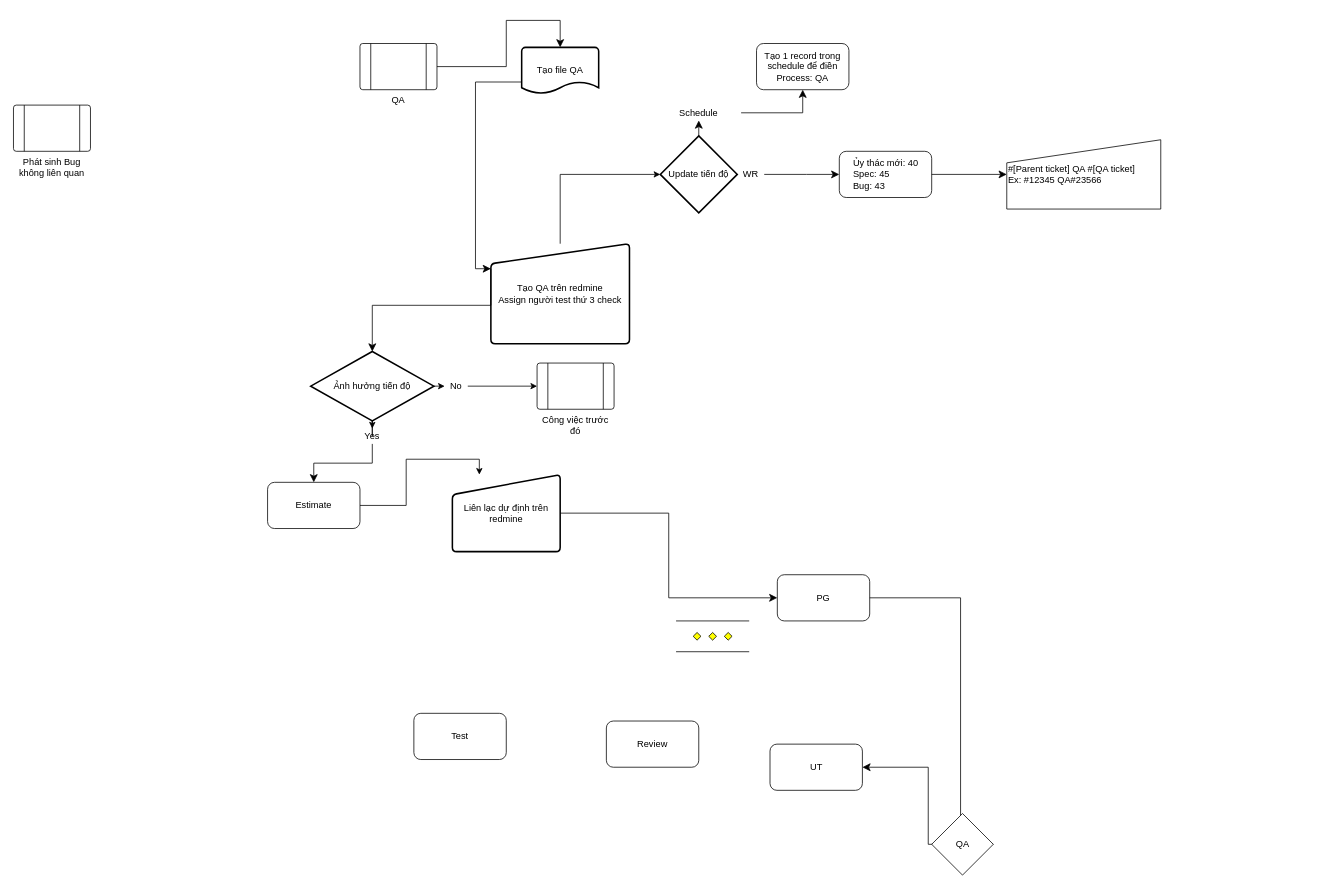
This is Software_Development_Process.drawio from vebinhhoanggia/drawio, a draw.io file, before an edit. Source tidied: cells renumbered, new cells numbered last; positions are measured from the earlier drawing's top-left corner, leaving out a move shared by most shapes. Both pictures are drawn from the tidied source at 77%, with x=0, y=0 at pixel (13, 20).
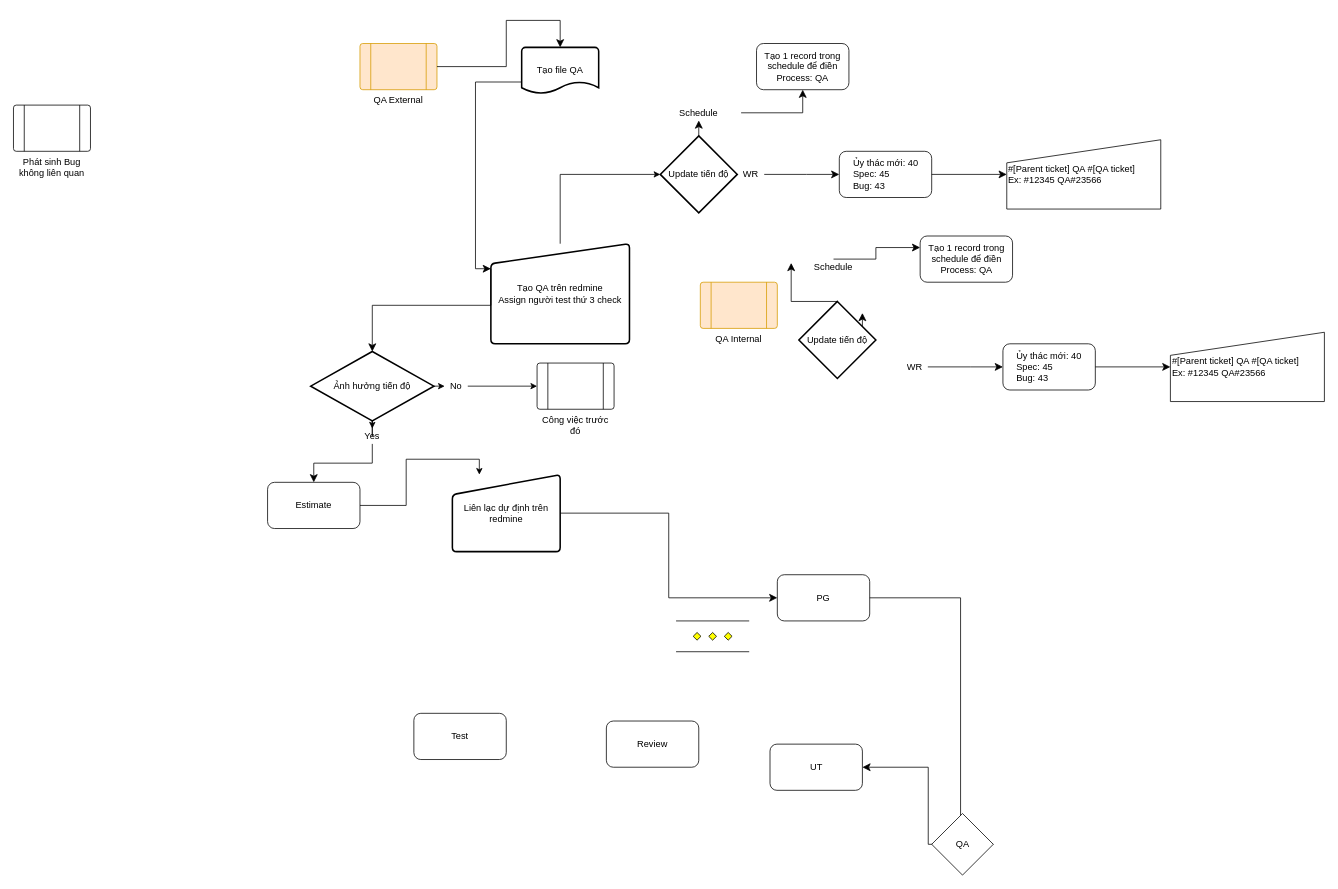
The same diagram, later.

Change to the diagram source:
```diff
@@
-    <mxCell id="33" value="QA" style="verticalLabelPosition=bottom;verticalAlign=top;html=1;shape=process;whiteSpace=wrap;rounded=1;size=0.14;arcSize=6;" parent="1" vertex="1">
+    <mxCell id="33" value="QA External" style="verticalLabelPosition=bottom;verticalAlign=top;html=1;shape=process;whiteSpace=wrap;rounded=1;size=0.14;arcSize=6;fillColor=#ffe6cc;strokeColor=#d79b00;" parent="1" vertex="1">
       <mxGeometry x="450" y="30" width="100" height="60" as="geometry" />
     </mxCell>
@@
+    <mxCell id="41" value="QA Internal" style="verticalLabelPosition=bottom;verticalAlign=top;html=1;shape=process;whiteSpace=wrap;rounded=1;size=0.14;arcSize=6;fillColor=#ffe6cc;strokeColor=#d79b00;" parent="1" vertex="1">
+      <mxGeometry x="892" y="340" width="100" height="60" as="geometry" />
+    </mxCell>
+    <mxCell id="42" value="Tạo 1 record trong schedule để điền&lt;br&gt;Process: QA" style="rounded=1;whiteSpace=wrap;html=1;" parent="1" vertex="1">
+      <mxGeometry x="1177.5" y="280" width="120" height="60" as="geometry" />
+    </mxCell>
+    <mxCell id="43" style="edgeStyle=segmentEdgeStyle;endArrow=classic;html=1;curved=0;rounded=0;endSize=8;startSize=8;exitX=0.5;exitY=0;exitDx=0;exitDy=0;exitPerimeter=0;entryX=0.5;entryY=1;entryDx=0;entryDy=0;" parent="1" edge="1">
+      <mxGeometry relative="1" as="geometry">
+        <mxPoint x="1102.5" y="400" as="sourcePoint" />
+        <mxPoint x="1102.5" y="380" as="targetPoint" />
+      </mxGeometry>
+    </mxCell>
+    <mxCell id="44" style="edgeStyle=segmentEdgeStyle;endArrow=classic;html=1;curved=0;rounded=0;endSize=8;startSize=8;exitX=0.5;exitY=0;exitDx=0;exitDy=0;entryX=0;entryY=0.25;entryDx=0;entryDy=0;exitPerimeter=0;" parent="1" edge="1" source="53" target="42">
+      <mxGeometry relative="1" as="geometry">
+        <Array as="points">
+          <mxPoint x="1120" y="310" />
+          <mxPoint x="1120" y="295" />
+        </Array>
+      </mxGeometry>
+    </mxCell>
+    <mxCell id="45" value="&lt;div style=&quot;text-align: left;&quot;&gt;&lt;span style=&quot;background-color: initial;&quot;&gt;Ủy thác mới: 40&lt;/span&gt;&lt;/div&gt;&lt;div style=&quot;text-align: left;&quot;&gt;&lt;span style=&quot;background-color: initial;&quot;&gt;Spec: 45&lt;/span&gt;&lt;/div&gt;&lt;div style=&quot;text-align: left;&quot;&gt;&lt;span style=&quot;background-color: initial;&quot;&gt;Bug: 43&lt;/span&gt;&lt;/div&gt;" style="rounded=1;whiteSpace=wrap;html=1;" parent="1" vertex="1">
+      <mxGeometry x="1285" y="420" width="120" height="60" as="geometry" />
+    </mxCell>
+    <mxCell id="46" value="WR" style="text;html=1;strokeColor=none;fillColor=none;align=center;verticalAlign=middle;whiteSpace=wrap;overflow=hidden;" parent="1" vertex="1">
+      <mxGeometry x="1152.5" y="440" width="35" height="20" as="geometry" />
+    </mxCell>
+    <mxCell id="47" style="edgeStyle=segmentEdgeStyle;endArrow=classic;html=1;curved=0;rounded=0;endSize=8;startSize=8;exitX=1;exitY=0.5;exitDx=0;exitDy=0;exitPerimeter=0;" parent="1" edge="1" target="46">
+      <mxGeometry relative="1" as="geometry">
+        <mxPoint x="1152.5" y="450" as="sourcePoint" />
+      </mxGeometry>
+    </mxCell>
+    <mxCell id="48" style="edgeStyle=elbowEdgeStyle;elbow=vertical;endArrow=classic;html=1;curved=0;rounded=0;endSize=8;startSize=8;entryX=0;entryY=0.5;entryDx=0;entryDy=0;" parent="1" edge="1" target="45">
+      <mxGeometry relative="1" as="geometry">
+        <mxPoint x="1187.5" y="450" as="sourcePoint" />
+        <Array as="points">
+          <mxPoint x="1242.5" y="450" />
+        </Array>
+      </mxGeometry>
+    </mxCell>
+    <mxCell id="49" value="#[Parent ticket] QA #[QA ticket]&lt;br&gt;Ex: #12345 QA#23566" style="shape=manualInput;whiteSpace=wrap;html=1;align=left;" parent="1" vertex="1">
+      <mxGeometry x="1502.5" y="405" width="200" height="90" as="geometry" />
+    </mxCell>
+    <mxCell id="50" style="edgeStyle=segmentEdgeStyle;endArrow=classic;html=1;curved=0;rounded=0;endSize=8;startSize=8;exitX=1;exitY=0.5;exitDx=0;exitDy=0;entryX=0;entryY=0.5;entryDx=0;entryDy=0;" parent="1" edge="1" source="45" target="49">
+      <mxGeometry relative="1" as="geometry" />
+    </mxCell>
+    <mxCell id="51" value="Update tiến độ" style="strokeWidth=2;html=1;shape=mxgraph.flowchart.decision;whiteSpace=wrap;" parent="1" vertex="1">
+      <mxGeometry x="1020" y="365" width="100" height="100" as="geometry" />
+    </mxCell>
+    <mxCell id="52" style="edgeStyle=segmentEdgeStyle;endArrow=classic;html=1;curved=0;rounded=0;endSize=8;startSize=8;exitX=0.5;exitY=0;exitDx=0;exitDy=0;entryX=0;entryY=0.25;entryDx=0;entryDy=0;exitPerimeter=0;" parent="1" edge="1" source="51" target="53">
+      <mxGeometry relative="1" as="geometry" />
+    </mxCell>
+    <mxCell id="53" value="Schedule" style="text;html=1;strokeColor=none;fillColor=none;align=center;verticalAlign=middle;whiteSpace=wrap;overflow=hidden;" parent="1" vertex="1">
+      <mxGeometry x="1010" y="310" width="110" height="20" as="geometry" />
+    </mxCell>
```
